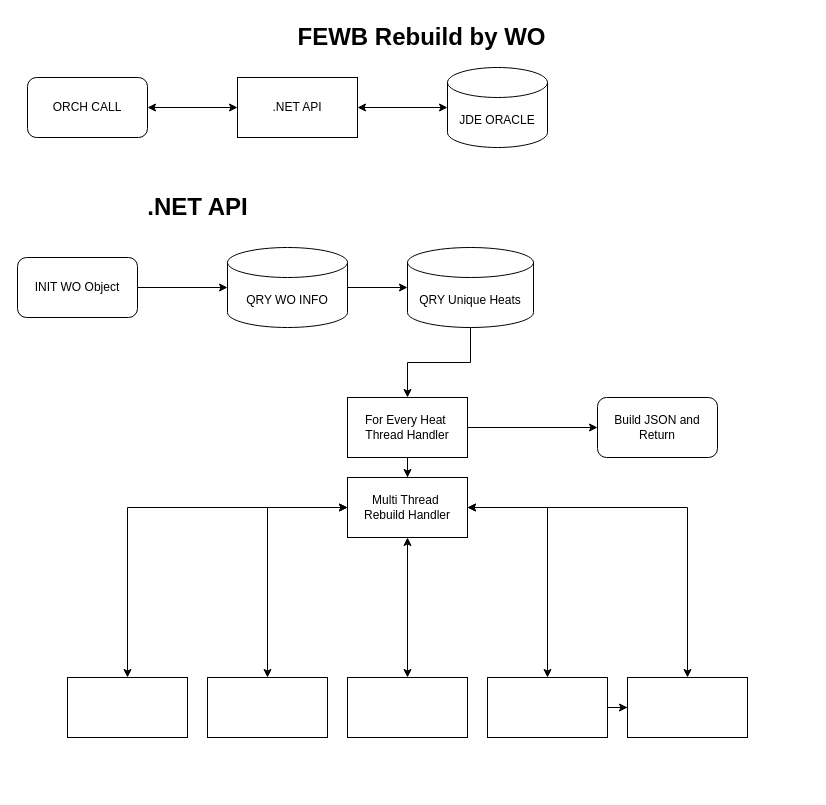
This is Diagrams/Start Process/Untitled Diagram.drawio from LongJohnBlackbeard/IntegrifyAPITesting, a draw.io file, before an edit. Source tidied: cells renumbered, new cells numbered last; positions are measured from the earlier drawing's top-left corner, leaving out a move shared by most shapes. Both pictures are drawn from the tidied source at 100%, with x=0, y=0 at pixel (17, 17).
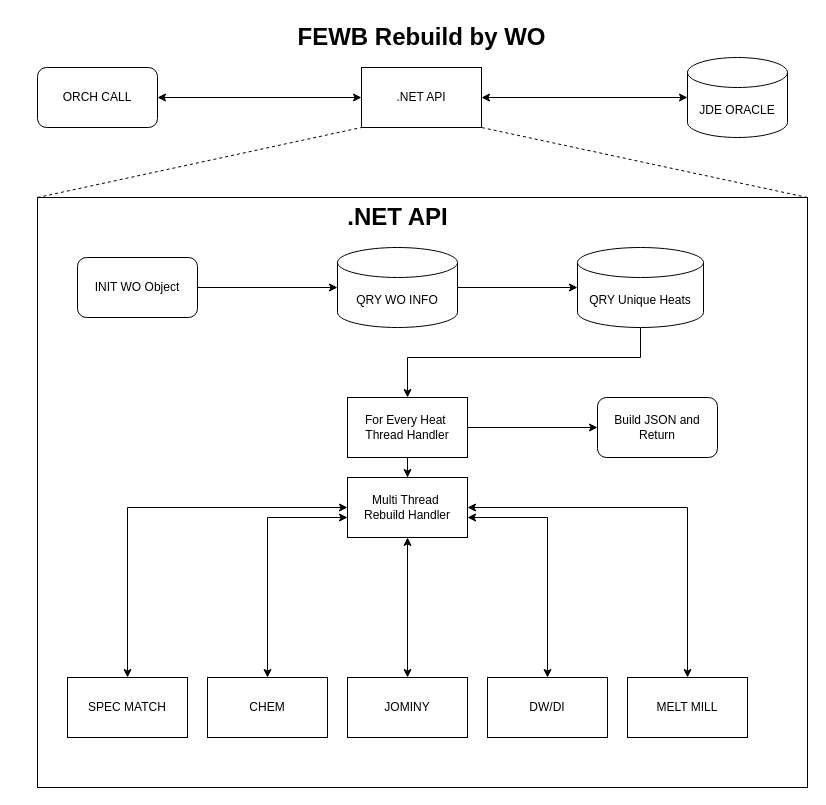
The same diagram, later.

Unchanged cells that the change refers to:
```xml
<mxCell id="17" value="For Every Heat&amp;nbsp;&lt;br&gt;Thread Handler" style="rounded=0;whiteSpace=wrap;html=1;" parent="1" vertex="1">
  <mxGeometry x="330" y="380" width="120" height="60" as="geometry" />
</mxCell>
<mxCell id="23" value="Multi Thread&amp;nbsp;&lt;br&gt;Rebuild Handler" style="rounded=0;whiteSpace=wrap;html=1;" parent="1" vertex="1">
  <mxGeometry x="330" y="460" width="120" height="60" as="geometry" />
</mxCell>
```

What changed in the source:
```diff
@@
     <mxCell id="3" value="ORCH CALL" style="rounded=1;whiteSpace=wrap;html=1;" parent="1" vertex="1">
-      <mxGeometry x="10" y="60" width="120" height="60" as="geometry" />
+      <mxGeometry x="20" y="50" width="120" height="60" as="geometry" />
     </mxCell>
@@
     <mxCell id="6" value=".NET API" style="rounded=0;whiteSpace=wrap;html=1;" parent="1" vertex="1">
-      <mxGeometry x="220" y="60" width="120" height="60" as="geometry" />
+      <mxGeometry x="344" y="50" width="120" height="60" as="geometry" />
     </mxCell>
     <mxCell id="7" value="JDE ORACLE" style="shape=cylinder3;whiteSpace=wrap;html=1;boundedLbl=1;backgroundOutline=1;size=15;" parent="1" vertex="1">
-      <mxGeometry x="430" y="50" width="100" height="80" as="geometry" />
+      <mxGeometry x="670" y="40" width="100" height="80" as="geometry" />
     </mxCell>
     <mxCell id="8" value=".NET API" style="text;strokeColor=none;fillColor=none;html=1;fontSize=24;fontStyle=1;verticalAlign=middle;align=center;" parent="1" vertex="1">
-      <mxGeometry x="130" y="170" width="100" height="40" as="geometry" />
+      <mxGeometry x="330" y="180" width="100" height="40" as="geometry" />
     </mxCell>
@@
     <mxCell id="10" value="INIT WO Object" style="rounded=1;whiteSpace=wrap;html=1;" parent="1" vertex="1">
-      <mxGeometry y="240" width="120" height="60" as="geometry" />
+      <mxGeometry x="60" y="240" width="120" height="60" as="geometry" />
     </mxCell>
@@
     <mxCell id="12" value="QRY WO INFO" style="shape=cylinder3;whiteSpace=wrap;html=1;boundedLbl=1;backgroundOutline=1;size=15;" parent="1" vertex="1">
-      <mxGeometry x="210" y="230" width="120" height="80" as="geometry" />
+      <mxGeometry x="320" y="230" width="120" height="80" as="geometry" />
     </mxCell>
     <mxCell id="13" style="edgeStyle=orthogonalEdgeStyle;rounded=0;jettySize=auto;html=1;" parent="1" edge="1" source="14" target="17">
-      <mxGeometry relative="1" as="geometry" />
+      <mxGeometry relative="1" as="geometry">
+        <Array as="points">
+          <mxPoint x="623" y="340" />
+          <mxPoint x="390" y="340" />
+        </Array>
+      </mxGeometry>
     </mxCell>
-    <mxCell id="14" value="QRY Unique Heats" style="shape=cylinder3;whiteSpace=wrap;html=1;boundedLbl=1;backgroundOutline=1;size=15;" parent="1" vertex="1">
-      <mxGeometry x="390" y="230" width="126" height="80" as="geometry" />
-    </mxCell>
@@
     <mxCell id="19" style="edgeStyle=orthogonalEdgeStyle;rounded=0;jettySize=auto;html=1;startArrow=classic;startFill=1;" parent="1" edge="1" source="23" target="29">
-      <mxGeometry relative="1" as="geometry" />
+      <mxGeometry relative="1" as="geometry">
+        <Array as="points">
+          <mxPoint x="250" y="500" />
+        </Array>
+      </mxGeometry>
     </mxCell>
@@
     <mxCell id="21" style="edgeStyle=orthogonalEdgeStyle;rounded=0;jettySize=auto;html=1;startArrow=classic;startFill=1;" parent="1" edge="1" source="23" target="25">
-      <mxGeometry relative="1" as="geometry" />
+      <mxGeometry relative="1" as="geometry">
+        <Array as="points">
+          <mxPoint x="530" y="500" />
+        </Array>
+      </mxGeometry>
     </mxCell>
@@
-    <mxCell id="24" style="edgeStyle=orthogonalEdgeStyle;rounded=0;jettySize=auto;html=1;" parent="1" edge="1" source="25" target="26">
-      <mxGeometry relative="1" as="geometry" />
-    </mxCell>
-    <mxCell id="25" style="rounded=0;whiteSpace=wrap;html=1;" parent="1" vertex="1">
+    <mxCell id="25" value="DW/DI" style="rounded=0;whiteSpace=wrap;html=1;" parent="1" vertex="1">
       <mxGeometry x="470" y="660" width="120" height="60" as="geometry" />
     </mxCell>
-    <mxCell id="26" style="rounded=0;whiteSpace=wrap;html=1;" parent="1" vertex="1">
+    <mxCell id="26" value="MELT MILL" style="rounded=0;whiteSpace=wrap;html=1;" parent="1" vertex="1">
       <mxGeometry x="610" y="660" width="120" height="60" as="geometry" />
     </mxCell>
-    <mxCell id="27" style="rounded=0;whiteSpace=wrap;html=1;" parent="1" vertex="1">
+    <mxCell id="27" value="JOMINY" style="rounded=0;whiteSpace=wrap;html=1;" parent="1" vertex="1">
       <mxGeometry x="330" y="660" width="120" height="60" as="geometry" />
     </mxCell>
-    <mxCell id="28" style="rounded=0;whiteSpace=wrap;html=1;" parent="1" vertex="1">
+    <mxCell id="28" value="SPEC MATCH" style="rounded=0;whiteSpace=wrap;html=1;" parent="1" vertex="1">
       <mxGeometry x="50" y="660" width="120" height="60" as="geometry" />
     </mxCell>
-    <mxCell id="29" style="rounded=0;whiteSpace=wrap;html=1;" parent="1" vertex="1">
+    <mxCell id="29" value="CHEM" style="rounded=0;whiteSpace=wrap;html=1;" parent="1" vertex="1">
       <mxGeometry x="190" y="660" width="120" height="60" as="geometry" />
     </mxCell>
@@
+    <mxCell id="31" style="rounded=0;whiteSpace=wrap;html=1;fillColor=none;" parent="1" vertex="1">
+      <mxGeometry x="20" y="180" width="770" height="590" as="geometry" />
+    </mxCell>
+    <mxCell id="32" style="endArrow=none;dashed=1;html=1;rounded=0;entryX=0;entryY=1;entryDx=0;entryDy=0;exitX=0;exitY=0;exitDx=0;exitDy=0;" parent="1" edge="1" source="31" target="6">
+      <mxGeometry relative="1" as="geometry" />
+    </mxCell>
+    <mxCell id="33" style="endArrow=none;dashed=1;html=1;rounded=0;entryX=1;entryY=1;entryDx=0;entryDy=0;exitX=1;exitY=0;exitDx=0;exitDy=0;" parent="1" edge="1" source="31" target="6">
+      <mxGeometry relative="1" as="geometry" />
+    </mxCell>
+    <mxCell id="14" value="QRY Unique Heats" style="shape=cylinder3;whiteSpace=wrap;html=1;boundedLbl=1;backgroundOutline=1;size=15;" parent="1" vertex="1">
+      <mxGeometry x="560" y="230" width="126" height="80" as="geometry" />
+    </mxCell>
```
